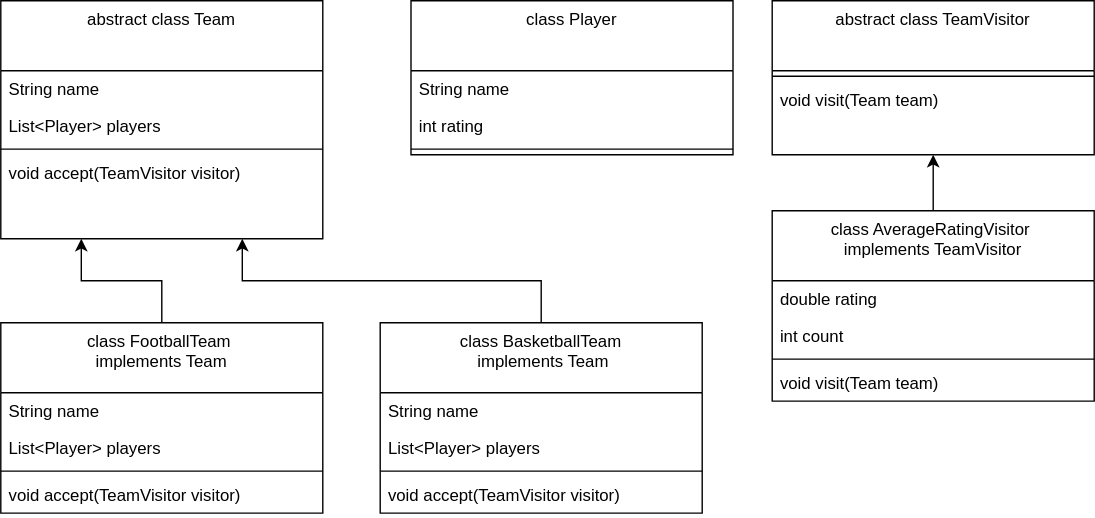
Alex-0277911/visitor_pattern keeps this draw.io diagram as patt_visitor.svg. Above is the earlier version. Source tidied: cells renumbered, new cells last; positions are measured from the earlier drawing's top-left corner, leaving out a move shared by most shapes.
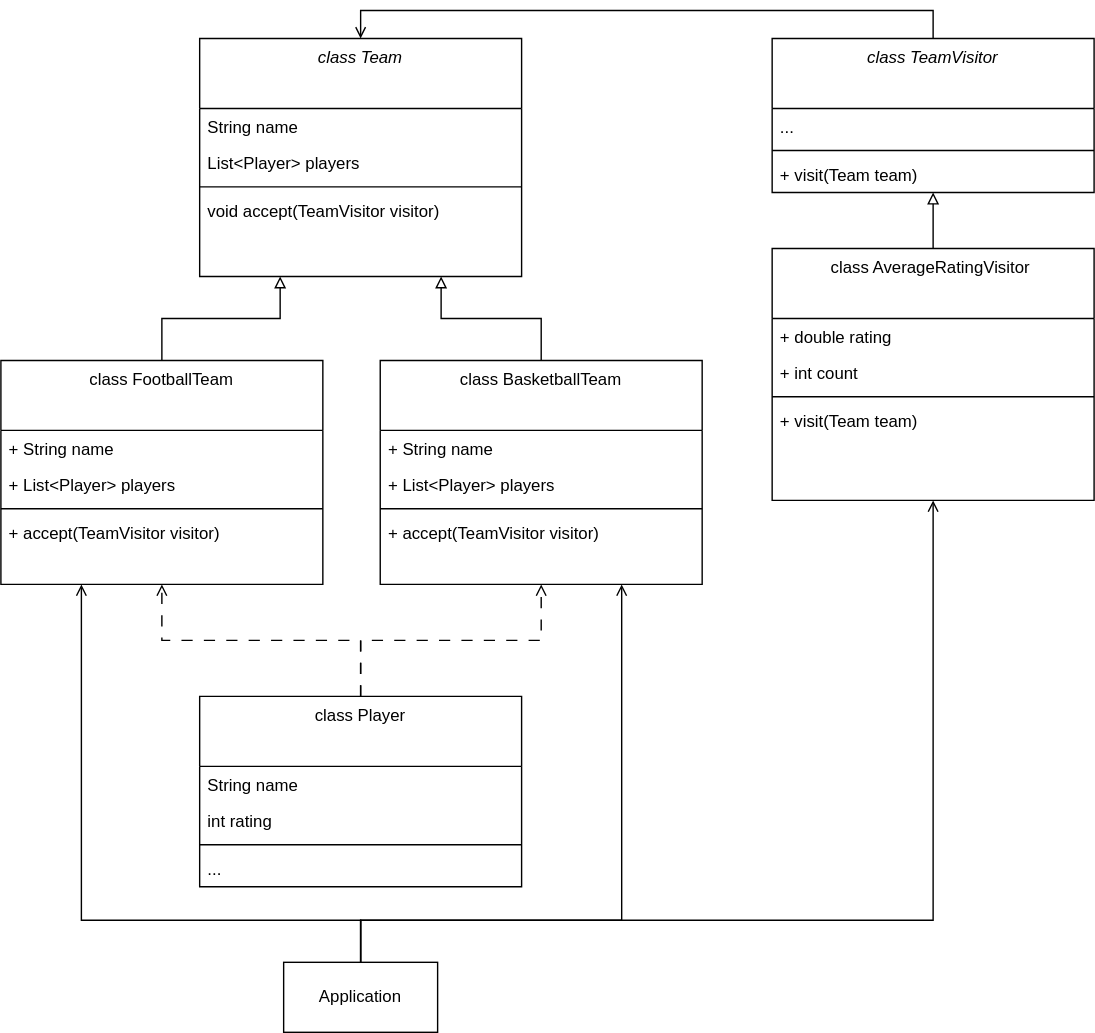
Later version of the same file.

The edit, as a diff of the source:
```diff
@@ -2,8 +2,8 @@
   <root>
     <mxCell id="0" />
     <mxCell id="1" parent="0" />
-    <mxCell id="2" value="abstract class Team" style="swimlane;fontStyle=0;align=center;verticalAlign=top;horizontal=1;startSize=50;rounded=0;shadow=0;strokeWidth=1;" parent="1" vertex="1">
-      <mxGeometry width="230" height="170" as="geometry" />
+    <mxCell id="2" value="class Team" style="swimlane;fontStyle=2;align=center;verticalAlign=top;horizontal=1;startSize=50;rounded=0;shadow=0;strokeWidth=1;" parent="1" vertex="1">
+      <mxGeometry x="142" width="230" height="170" as="geometry" />
     </mxCell>
     <mxCell id="3" value="String name" style="text;align=left;verticalAlign=top;spacingLeft=4;spacingRight=4;overflow=hidden;" parent="2" vertex="1">
       <mxGeometry y="50" width="230" height="26" as="geometry" />
@@ -17,44 +17,50 @@
     <mxCell id="6" value="void accept(TeamVisitor visitor)" style="text;align=left;verticalAlign=top;spacingLeft=4;spacingRight=4;overflow=hidden;" parent="2" vertex="1">
       <mxGeometry y="110" width="230" height="26" as="geometry" />
     </mxCell>
-    <mxCell id="7" style="edgeStyle=orthogonalEdgeStyle;rounded=0;jettySize=auto;html=1;entryX=0.75;entryY=1;entryDx=0;entryDy=0;exitX=0.5;exitY=0;exitDx=0;exitDy=0;" parent="1" edge="1" source="14" target="2">
+    <mxCell id="7" style="edgeStyle=orthogonalEdgeStyle;rounded=0;jettySize=auto;html=1;entryX=0.75;entryY=1;entryDx=0;entryDy=0;exitX=0.5;exitY=0;exitDx=0;exitDy=0;endArrow=block;endFill=0;" parent="1" edge="1" source="14" target="2">
       <mxGeometry relative="1" as="geometry" />
     </mxCell>
-    <mxCell id="8" style="edgeStyle=orthogonalEdgeStyle;rounded=0;jettySize=auto;html=1;entryX=0.25;entryY=1;entryDx=0;entryDy=0;" parent="1" edge="1" source="9" target="2">
+    <mxCell id="8" style="edgeStyle=orthogonalEdgeStyle;rounded=0;jettySize=auto;html=1;entryX=0.25;entryY=1;entryDx=0;entryDy=0;endArrow=block;endFill=0;" parent="1" edge="1" source="9" target="2">
       <mxGeometry relative="1" as="geometry" />
     </mxCell>
-    <mxCell id="9" value="class FootballTeam &#10;implements Team" style="swimlane;fontStyle=0;align=center;verticalAlign=top;horizontal=1;startSize=50;rounded=0;shadow=0;strokeWidth=1;" parent="1" vertex="1">
-      <mxGeometry y="230" width="230" height="136" as="geometry" />
+    <mxCell id="9" value="class FootballTeam" style="swimlane;fontStyle=0;align=center;verticalAlign=top;horizontal=1;startSize=50;rounded=0;shadow=0;strokeWidth=1;" parent="1" vertex="1">
+      <mxGeometry y="230" width="230" height="160" as="geometry" />
     </mxCell>
-    <mxCell id="10" value="String name" style="text;align=left;verticalAlign=top;spacingLeft=4;spacingRight=4;overflow=hidden;" parent="9" vertex="1">
+    <mxCell id="10" value="+ String name" style="text;align=left;verticalAlign=top;spacingLeft=4;spacingRight=4;overflow=hidden;" parent="9" vertex="1">
       <mxGeometry y="50" width="230" height="26" as="geometry" />
     </mxCell>
-    <mxCell id="11" value="List&lt;Player&gt; players" style="text;align=left;verticalAlign=top;spacingLeft=4;spacingRight=4;overflow=hidden;" parent="9" vertex="1">
+    <mxCell id="11" value="+ List&lt;Player&gt; players" style="text;align=left;verticalAlign=top;spacingLeft=4;spacingRight=4;overflow=hidden;" parent="9" vertex="1">
       <mxGeometry y="76" width="230" height="26" as="geometry" />
     </mxCell>
     <mxCell id="12" style="line;strokeWidth=1;fillColor=none;align=left;verticalAlign=middle;spacingTop=-1;spacingLeft=3;spacingRight=3;labelPosition=right;strokeColor=inherit;" parent="9" vertex="1">
       <mxGeometry y="102" width="230" height="8" as="geometry" />
     </mxCell>
-    <mxCell id="13" value="void accept(TeamVisitor visitor)" style="text;align=left;verticalAlign=top;spacingLeft=4;spacingRight=4;overflow=hidden;" parent="9" vertex="1">
+    <mxCell id="13" value="+ accept(TeamVisitor visitor)" style="text;align=left;verticalAlign=top;spacingLeft=4;spacingRight=4;overflow=hidden;" parent="9" vertex="1">
       <mxGeometry y="110" width="230" height="26" as="geometry" />
     </mxCell>
-    <mxCell id="14" value="class BasketballTeam&#10; implements Team" style="swimlane;fontStyle=0;align=center;verticalAlign=top;horizontal=1;startSize=50;rounded=0;shadow=0;strokeWidth=1;" parent="1" vertex="1">
-      <mxGeometry x="271" y="230" width="230" height="136" as="geometry" />
+    <mxCell id="14" value="class BasketballTeam" style="swimlane;fontStyle=0;align=center;verticalAlign=top;horizontal=1;startSize=50;rounded=0;shadow=0;strokeWidth=1;" parent="1" vertex="1">
+      <mxGeometry x="271" y="230" width="230" height="160" as="geometry" />
     </mxCell>
-    <mxCell id="15" value="String name" style="text;align=left;verticalAlign=top;spacingLeft=4;spacingRight=4;overflow=hidden;" parent="14" vertex="1">
+    <mxCell id="15" value="+ String name" style="text;align=left;verticalAlign=top;spacingLeft=4;spacingRight=4;overflow=hidden;" parent="14" vertex="1">
       <mxGeometry y="50" width="230" height="26" as="geometry" />
     </mxCell>
-    <mxCell id="16" value="List&lt;Player&gt; players" style="text;align=left;verticalAlign=top;spacingLeft=4;spacingRight=4;overflow=hidden;" parent="14" vertex="1">
+    <mxCell id="16" value="+ List&lt;Player&gt; players" style="text;align=left;verticalAlign=top;spacingLeft=4;spacingRight=4;overflow=hidden;" parent="14" vertex="1">
       <mxGeometry y="76" width="230" height="26" as="geometry" />
     </mxCell>
     <mxCell id="17" style="line;strokeWidth=1;fillColor=none;align=left;verticalAlign=middle;spacingTop=-1;spacingLeft=3;spacingRight=3;labelPosition=right;strokeColor=inherit;" parent="14" vertex="1">
       <mxGeometry y="102" width="230" height="8" as="geometry" />
     </mxCell>
-    <mxCell id="18" value="void accept(TeamVisitor visitor)" style="text;align=left;verticalAlign=top;spacingLeft=4;spacingRight=4;overflow=hidden;" parent="14" vertex="1">
+    <mxCell id="18" value="+ accept(TeamVisitor visitor)" style="text;align=left;verticalAlign=top;spacingLeft=4;spacingRight=4;overflow=hidden;" parent="14" vertex="1">
       <mxGeometry y="110" width="230" height="26" as="geometry" />
     </mxCell>
+    <mxCell id="32" style="edgeStyle=orthogonalEdgeStyle;rounded=0;jettySize=auto;html=1;entryX=0.5;entryY=1;entryDx=0;entryDy=0;endArrow=open;endFill=0;dashed=1;dashPattern=8 8;" parent="1" edge="1" source="19" target="14">
+      <mxGeometry relative="1" as="geometry" />
+    </mxCell>
+    <mxCell id="33" style="edgeStyle=orthogonalEdgeStyle;rounded=0;jettySize=auto;html=1;entryX=0.5;entryY=1;entryDx=0;entryDy=0;endArrow=open;endFill=0;dashed=1;dashPattern=8 8;" parent="1" edge="1" source="19" target="9">
+      <mxGeometry relative="1" as="geometry" />
+    </mxCell>
     <mxCell id="19" value="class Player" style="swimlane;fontStyle=0;align=center;verticalAlign=top;horizontal=1;startSize=50;rounded=0;shadow=0;strokeWidth=1;" parent="1" vertex="1">
-      <mxGeometry x="293" width="230" height="110" as="geometry" />
+      <mxGeometry x="142" y="470" width="230" height="136" as="geometry" />
     </mxCell>
     <mxCell id="20" value="String name" style="text;align=left;verticalAlign=top;spacingLeft=4;spacingRight=4;overflow=hidden;" parent="19" vertex="1">
       <mxGeometry y="50" width="230" height="26" as="geometry" />
@@ -65,32 +71,73 @@
     <mxCell id="22" style="line;strokeWidth=1;fillColor=none;align=left;verticalAlign=middle;spacingTop=-1;spacingLeft=3;spacingRight=3;labelPosition=right;strokeColor=inherit;" parent="19" vertex="1">
       <mxGeometry y="102" width="230" height="8" as="geometry" />
     </mxCell>
+    <mxCell id="34" value="..." style="text;align=left;verticalAlign=top;spacingLeft=4;spacingRight=4;overflow=hidden;" parent="19" vertex="1">
+      <mxGeometry y="110" width="230" height="26" as="geometry" />
+    </mxCell>
+    <mxCell id="35" style="edgeStyle=orthogonalEdgeStyle;rounded=0;jettySize=auto;html=1;entryX=0.5;entryY=0;entryDx=0;entryDy=0;endArrow=open;endFill=0;" parent="1" edge="1" source="23" target="2">
+      <mxGeometry relative="1" as="geometry">
+        <Array as="points">
+          <mxPoint x="666" y="-20" />
+          <mxPoint x="257" y="-20" />
+        </Array>
+      </mxGeometry>
+    </mxCell>
-    <mxCell id="23" value="abstract class TeamVisitor" style="swimlane;fontStyle=0;align=center;verticalAlign=top;horizontal=1;startSize=50;rounded=0;shadow=0;strokeWidth=1;" parent="1" vertex="1">
+    <mxCell id="23" value="class TeamVisitor" style="swimlane;fontStyle=2;align=center;verticalAlign=top;horizontal=1;startSize=50;rounded=0;shadow=0;strokeWidth=1;" parent="1" vertex="1">
       <mxGeometry x="551" width="230" height="110" as="geometry" />
     </mxCell>
+    <mxCell id="36" value="..." style="text;align=left;verticalAlign=top;spacingLeft=4;spacingRight=4;overflow=hidden;" parent="23" vertex="1">
+      <mxGeometry y="50" width="230" height="26" as="geometry" />
+    </mxCell>
     <mxCell id="24" style="line;strokeWidth=1;fillColor=none;align=left;verticalAlign=middle;spacingTop=-1;spacingLeft=3;spacingRight=3;labelPosition=right;strokeColor=inherit;" parent="23" vertex="1">
-      <mxGeometry y="50" width="230" height="8" as="geometry" />
+      <mxGeometry y="76" width="230" height="8" as="geometry" />
     </mxCell>
-    <mxCell id="25" value="void visit(Team team)" style="text;align=left;verticalAlign=top;spacingLeft=4;spacingRight=4;overflow=hidden;" parent="23" vertex="1">
-      <mxGeometry y="58" width="230" height="26" as="geometry" />
+    <mxCell id="25" value="+ visit(Team team)" style="text;align=left;verticalAlign=top;spacingLeft=4;spacingRight=4;overflow=hidden;" parent="23" vertex="1">
+      <mxGeometry y="84" width="230" height="26" as="geometry" />
     </mxCell>
-    <mxCell id="26" style="edgeStyle=orthogonalEdgeStyle;rounded=0;jettySize=auto;html=1;entryX=0.5;entryY=1;entryDx=0;entryDy=0;" parent="1" edge="1" source="27" target="23">
+    <mxCell id="26" style="edgeStyle=orthogonalEdgeStyle;rounded=0;jettySize=auto;html=1;entryX=0.5;entryY=1;entryDx=0;entryDy=0;endArrow=block;endFill=0;" parent="1" edge="1" source="27" target="23">
       <mxGeometry relative="1" as="geometry" />
     </mxCell>
-    <mxCell id="27" value="class AverageRatingVisitor &#10;implements TeamVisitor" style="swimlane;fontStyle=0;align=center;verticalAlign=top;horizontal=1;startSize=50;rounded=0;shadow=0;strokeWidth=1;" parent="1" vertex="1">
-      <mxGeometry x="551" y="150" width="230" height="136" as="geometry" />
+    <mxCell id="27" value="class AverageRatingVisitor " style="swimlane;fontStyle=0;align=center;verticalAlign=top;horizontal=1;startSize=50;rounded=0;shadow=0;strokeWidth=1;" parent="1" vertex="1">
+      <mxGeometry x="551" y="150" width="230" height="180" as="geometry" />
     </mxCell>
-    <mxCell id="28" value="double rating" style="text;align=left;verticalAlign=top;spacingLeft=4;spacingRight=4;overflow=hidden;" parent="27" vertex="1">
+    <mxCell id="28" value="+ double rating" style="text;align=left;verticalAlign=top;spacingLeft=4;spacingRight=4;overflow=hidden;" parent="27" vertex="1">
       <mxGeometry y="50" width="230" height="26" as="geometry" />
     </mxCell>
-    <mxCell id="29" value="int count" style="text;align=left;verticalAlign=top;spacingLeft=4;spacingRight=4;overflow=hidden;" parent="27" vertex="1">
+    <mxCell id="29" value="+ int count" style="text;align=left;verticalAlign=top;spacingLeft=4;spacingRight=4;overflow=hidden;" parent="27" vertex="1">
       <mxGeometry y="76" width="230" height="26" as="geometry" />
     </mxCell>
     <mxCell id="30" style="line;strokeWidth=1;fillColor=none;align=left;verticalAlign=middle;spacingTop=-1;spacingLeft=3;spacingRight=3;labelPosition=right;strokeColor=inherit;" parent="27" vertex="1">
       <mxGeometry y="102" width="230" height="8" as="geometry" />
     </mxCell>
-    <mxCell id="31" value="void visit(Team team)" style="text;align=left;verticalAlign=top;spacingLeft=4;spacingRight=4;overflow=hidden;" parent="27" vertex="1">
+    <mxCell id="31" value="+ visit(Team team)" style="text;align=left;verticalAlign=top;spacingLeft=4;spacingRight=4;overflow=hidden;" parent="27" vertex="1">
       <mxGeometry y="110" width="230" height="26" as="geometry" />
     </mxCell>
+    <mxCell id="37" style="edgeStyle=orthogonalEdgeStyle;rounded=0;jettySize=auto;html=1;entryX=0.75;entryY=1;entryDx=0;entryDy=0;endArrow=open;endFill=0;" parent="1" edge="1" source="40" target="14">
+      <mxGeometry relative="1" as="geometry">
+        <Array as="points">
+          <mxPoint x="257" y="630" />
+          <mxPoint x="444" y="630" />
+        </Array>
+      </mxGeometry>
+    </mxCell>
+    <mxCell id="38" style="edgeStyle=orthogonalEdgeStyle;rounded=0;jettySize=auto;html=1;entryX=0.25;entryY=1;entryDx=0;entryDy=0;endArrow=open;endFill=0;" parent="1" edge="1" source="40" target="9">
+      <mxGeometry relative="1" as="geometry">
+        <Array as="points">
+          <mxPoint x="257" y="630" />
+          <mxPoint x="58" y="630" />
+        </Array>
+      </mxGeometry>
+    </mxCell>
+    <mxCell id="39" style="edgeStyle=orthogonalEdgeStyle;rounded=0;jettySize=auto;html=1;entryX=0.5;entryY=1;entryDx=0;entryDy=0;endArrow=open;endFill=0;" parent="1" edge="1" source="40" target="27">
+      <mxGeometry relative="1" as="geometry">
+        <Array as="points">
+          <mxPoint x="257" y="630" />
+          <mxPoint x="666" y="630" />
+        </Array>
+      </mxGeometry>
+    </mxCell>
+    <mxCell id="40" value="Application" style="html=1;whiteSpace=wrap;" parent="1" vertex="1">
+      <mxGeometry x="202" y="660" width="110" height="50" as="geometry" />
+    </mxCell>
   </root>
 </mxGraphModel>
```
